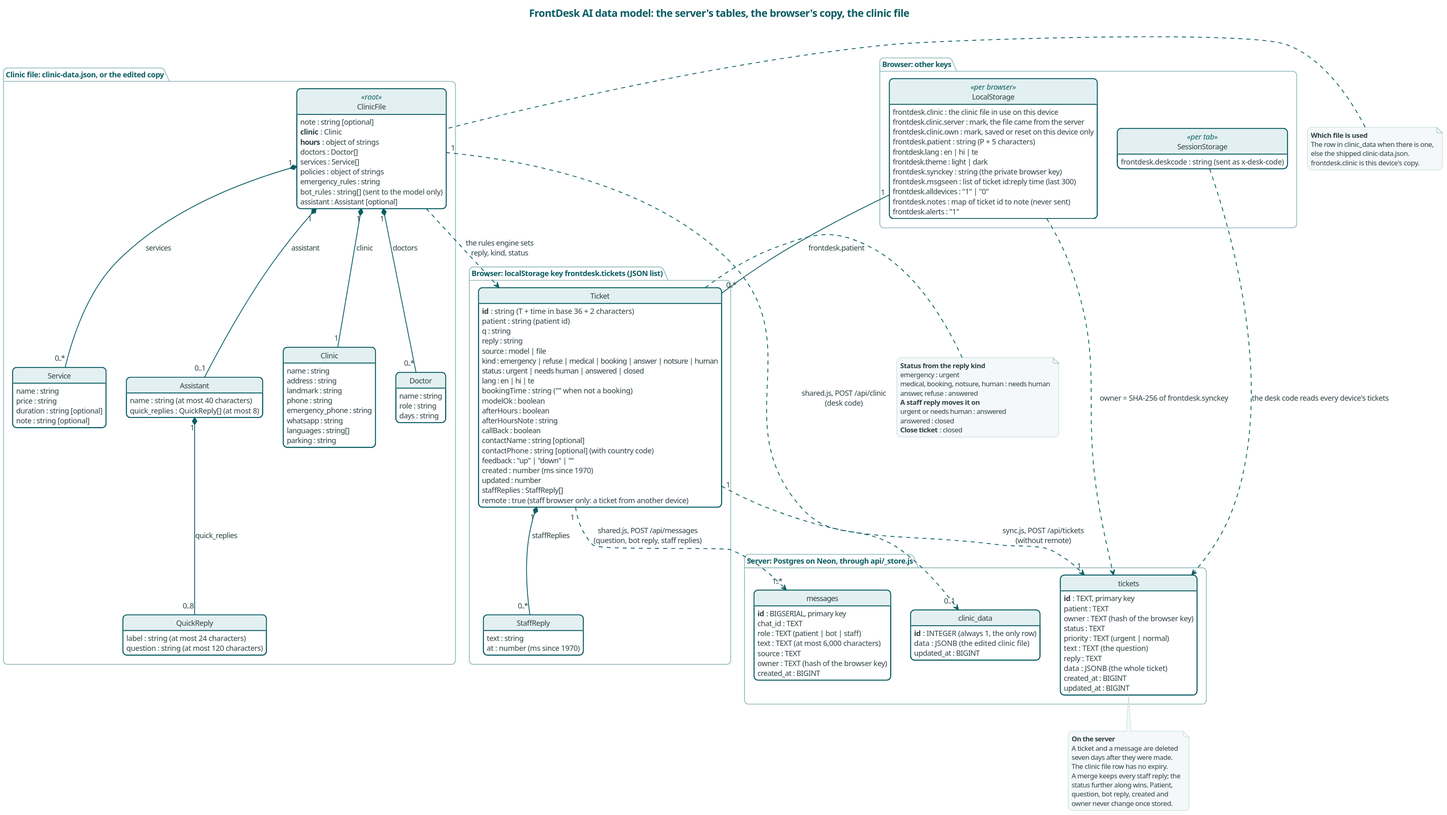
Before: docs/diagrams/data-model.svg, a diagram exported from PlantUML (karwasanjay007/frontdesk-ai-docs).
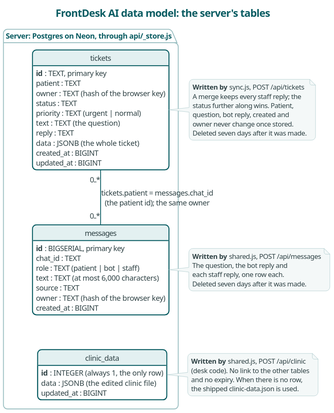
After the change.

The edit, as a diff of the source:
```diff
@@ -1,5 +1,5 @@
 @startuml
-title FrontDesk AI data model: the server's tables, the browser's copy, the clinic file
+title FrontDesk AI data model: the server's tables
 
 skinparam backgroundColor #FFFFFF
 skinparam shadowing false
@@ -34,17 +34,9 @@
 hide circle
 hide methods
 set separator none
+top to bottom direction
 
 package "Server: Postgres on Neon, through api/_store.js" {
-  entity messages {
-    {field} <b>id</b> : BIGSERIAL, primary key
-    {field} chat_id : TEXT
-    {field} role : TEXT  (patient | bot | staff)
-    {field} text : TEXT  (at most 6,000 characters)
-    {field} source : TEXT
-    {field} owner : TEXT  (hash of the browser key)
-    {field} created_at : BIGINT
-  }
   entity tickets {
     {field} <b>id</b> : TEXT, primary key
     {field} patient : TEXT
@@ -57,6 +49,15 @@
     {field} created_at : BIGINT
     {field} updated_at : BIGINT
   }
+  entity messages {
+    {field} <b>id</b> : BIGSERIAL, primary key
+    {field} chat_id : TEXT
+    {field} role : TEXT  (patient | bot | staff)
+    {field} text : TEXT  (at most 6,000 characters)
+    {field} source : TEXT
+    {field} owner : TEXT  (hash of the browser key)
+    {field} created_at : BIGINT
+  }
   entity clinic_data {
     {field} <b>id</b> : INTEGER  (always 1, the only row)
     {field} data : JSONB  (the edited clinic file)
@@ -64,137 +65,29 @@
   }
 }
 
-package "Browser: localStorage key frontdesk.tickets (JSON list)" {
-  class Ticket {
-    {field} <b>id</b> : string  (T + time in base 36 + 2 characters)
-    {field} patient : string  (patient id)
-    q : string
-    reply : string
-    source : model | file
-    kind : emergency | refuse | medical | booking | answer | notsure | human
-    status : urgent | needs human | answered | closed
-    lang : en | hi | te
-    {field} bookingTime : string  ("" when not a booking)
-    modelOk : boolean
-    afterHours : boolean
-    afterHoursNote : string
-    callBack : boolean
-    {field} contactName : string [optional]
-    {field} contactPhone : string [optional]  (with country code)
-    {field} feedback : "up" | "down" | ""
-    {field} created : number  (ms since 1970)
-    {field} updated : number
-    staffReplies : StaffReply[]
-    {field} remote : true  (staff browser only: a ticket from another device)
-  }
-  class StaffReply {
-    text : string
-    {field} at : number  (ms since 1970)
-  }
-}
+tickets "0..*" -down- "0..*" messages : tickets.patient = messages.chat_id\n(the patient id); the same owner
+messages -[hidden]down- clinic_data
 
-package "Browser: other keys" {
-  class LocalStorage <<per browser>> {
-    {field} frontdesk.clinic : the clinic file in use on this device
-    {field} frontdesk.clinic.server : mark, the file came from the server
-    {field} frontdesk.clinic.own : mark, saved or reset on this device only
-    {field} frontdesk.patient : string  (P + 5 characters)
-    frontdesk.lang : en | hi | te
-    frontdesk.theme : light | dark
-    {field} frontdesk.synckey : string  (the private browser key)
-    {field} frontdesk.msgseen : list of ticket id:reply time  (last 300)
-    {field} frontdesk.alldevices : "1" | "0"
-    {field} frontdesk.notes : map of ticket id to note  (never sent)
-    {field} frontdesk.alerts : "1"
-  }
-  class SessionStorage <<per tab>> {
-    {field} frontdesk.deskcode : string  (sent as x-desk-code)
-  }
-}
-
-package "Clinic file: clinic-data.json, or the edited copy" {
-  class ClinicFile <<root>> {
-    note : string [optional]
-    {field} <b>clinic</b> : Clinic
-    {field} <b>hours</b> : object of strings
-    doctors : Doctor[]
-    services : Service[]
-    policies : object of strings
-    emergency_rules : string
-    {field} bot_rules : string[]  (sent to the model only)
-    {field} assistant : Assistant [optional]
-  }
-  class Clinic {
-    name : string
-    address : string
-    landmark : string
-    phone : string
-    emergency_phone : string
-    whatsapp : string
-    languages : string[]
-    parking : string
-  }
-  class Doctor {
-    name : string
-    role : string
-    days : string
-  }
-  class Service {
-    name : string
-    price : string
-    duration : string [optional]
-    note : string [optional]
-  }
-  class Assistant {
-    {field} name : string  (at most 40 characters)
-    {field} quick_replies : QuickReply[]  (at most 8)
-  }
-  class QuickReply {
-    {field} label : string  (at most 24 characters)
-    {field} question : string  (at most 120 characters)
-  }
-}
-
-ClinicFile "1" *-- "1" Clinic : clinic
-ClinicFile "1" *-- "0..*" Doctor : doctors
-ClinicFile "1" *-- "0..*" Service : services
-ClinicFile "1" *-- "0..1" Assistant : assistant
-Assistant "1" *-- "0..8" QuickReply : quick_replies
-Ticket "1" *-- "0..*" StaffReply : staffReplies
-LocalStorage "1" -- "0..*" Ticket : frontdesk.patient
-ClinicFile ..> Ticket : the rules engine sets\nreply, kind, status
-Ticket "1" ..> "1" tickets : sync.js, POST /api/tickets\n(without remote)
-Ticket "1" ..> "1..*" messages : shared.js, POST /api/messages\n(question, bot reply, staff replies)
-ClinicFile "1" ..> "0..1" clinic_data : shared.js, POST /api/clinic\n(desk code)
-LocalStorage ..> tickets : owner = SHA-256 of frontdesk.synckey
-SessionStorage ..> tickets : the desk code reads every device's tickets
-
-note bottom of tickets
-  <b>On the server</b>
-  A ticket and a message are deleted
-  seven days after they were made.
-  The clinic file row has no expiry.
+note right of tickets
+  <b>Written by</b> sync.js, POST /api/tickets
   A merge keeps every staff reply; the
   status further along wins. Patient,
   question, bot reply, created and
   owner never change once stored.
+  Deleted seven days after it was made.
 end note
 
-note right of Ticket
-  <b>Status from the reply kind</b>
-  emergency : urgent
-  medical, booking, notsure, human : needs human
-  answer, refuse : answered
-  <b>A staff reply moves it on</b>
-  urgent or needs human : answered
-  answered : closed
-  <b>Close ticket</b> : closed
+note right of messages
+  <b>Written by</b> shared.js, POST /api/messages
+  The question, the bot reply and
+  each staff reply, one row each.
+  Deleted seven days after it was made.
 end note
 
-note left of ClinicFile
-  <b>Which file is used</b>
-  The row in clinic_data when there is one,
-  else the shipped clinic-data.json.
-  frontdesk.clinic is this device's copy.
+note right of clinic_data
+  <b>Written by</b> shared.js, POST /api/clinic
+  (desk code). No link to the other tables
+  and no expiry. When there is no row,
+  the shipped clinic-data.json is used.
 end note
 @enduml
```
